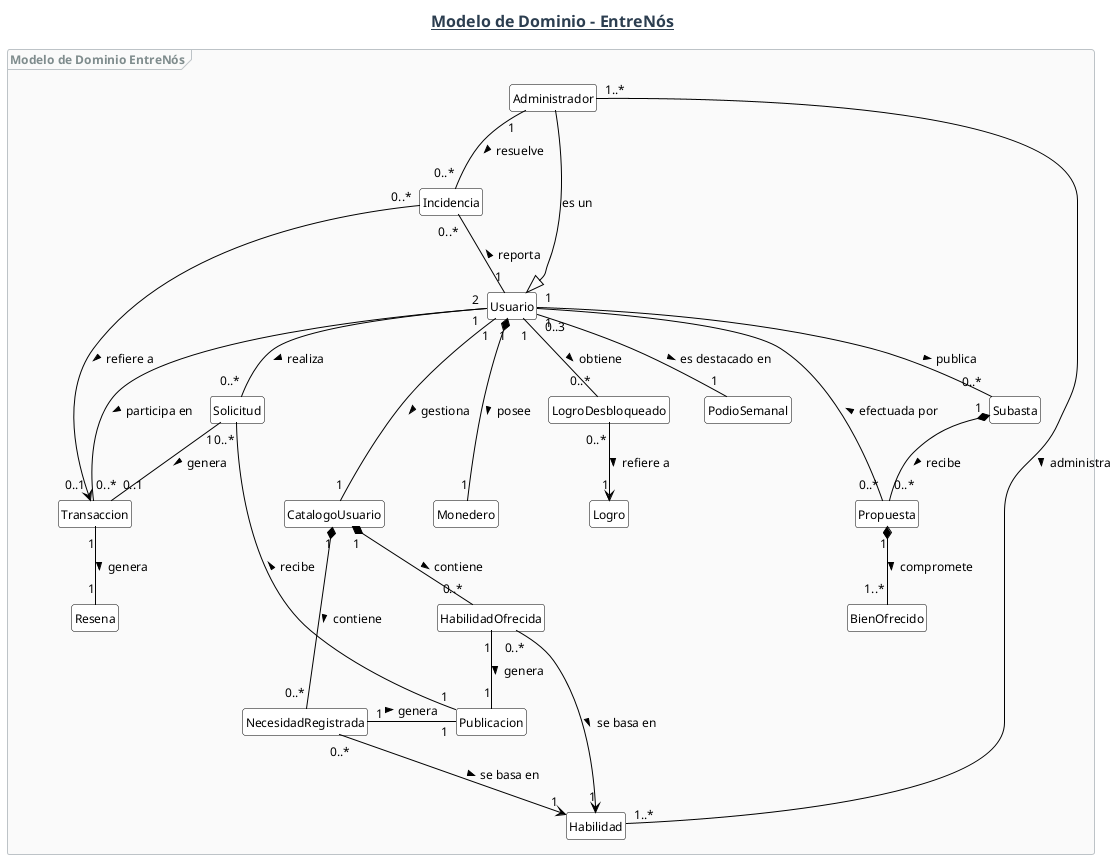
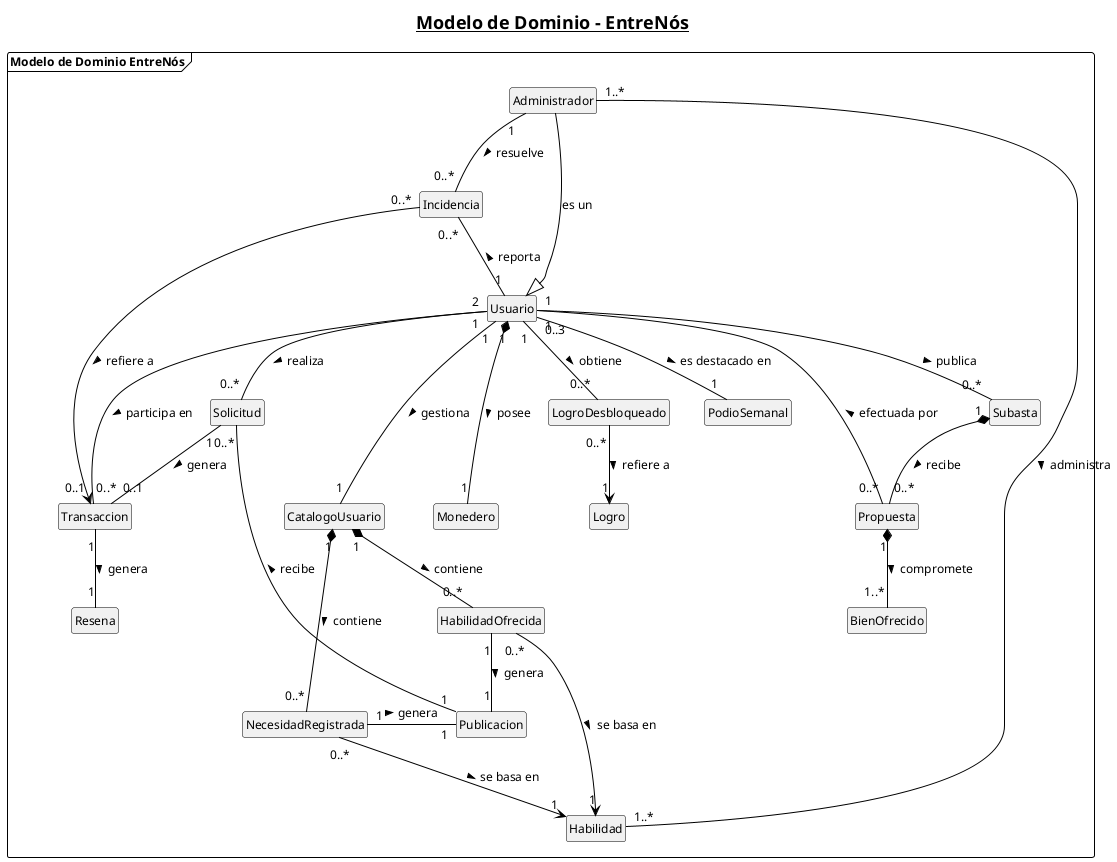
@startuml

skinparam orthogonalLayoutStrategy none
skinparam DefaultFontName Arial
skinparam DefaultFontSize 12
skinparam class {
-     BackgroundColor White
+ '    BackgroundColor White
    ArrowColor Black
    BorderColor Black
}

skinparam title {
-     FontSize 16
-     FontColor #2C3E50
+     FontSize 18
+ '    FontColor #2C3E50
}

skinparam frame {
-     BorderColor #BDC3C7
-     FontColor #7F8C8D
-     BackgroundColor #FAFAFA
+     BorderColor #black
+     FontColor #black
+ '    BackgroundColor #FAFAFA
}

hide empty members
hide methods
hide circle

title __Modelo de Dominio - EntreNós__
frame "Modelo de Dominio EntreNós" {

class Usuario
class Monedero
class CatalogoUsuario
class Habilidad
class HabilidadOfrecida
class NecesidadRegistrada
class Publicacion
class Transaccion
class Resena
class Subasta
class Propuesta
class BienOfrecido
class LogroDesbloqueado
class Logro
class PodioSemanal
class Administrador
class Solicitud
class Incidencia

' --- GOBERNANZA Y MODERACIÓN (HU 8) ---
Administrador --|> Usuario : "es un"
Administrador "1..*" -- "1..*" Habilidad : "administra >"
Usuario "1" -up- "0..*" Incidencia : "reporta >"
Administrador "1" -- "0..*" Incidencia : "resuelve >"
Incidencia "0..*" --> "0..1" Transaccion : "refiere a >"

' --- IDENTIDAD Y CATÁLOGO (HU 1) ---
Usuario "1" *--- "1" Monedero  : "posee >"
Usuario "1" --- "1" CatalogoUsuario : "gestiona >"
CatalogoUsuario "1" *-- "0..*" HabilidadOfrecida : "contiene >"
CatalogoUsuario "1" *---  "0..*" NecesidadRegistrada : "contiene >"
HabilidadOfrecida "0..*" --> "1" Habilidad : "se basa en >"
NecesidadRegistrada "0..*" --> "1" Habilidad : "se basa en >"

' --- RELACIONES DE PUBLICACIÓN (HU 2) ---
HabilidadOfrecida "1" --right "1" Publicacion : "genera >"
NecesidadRegistrada "1" --right "1" Publicacion : "genera >"

' --- FLUJO DE SERVICIOS (HU 3) ---
Usuario "1" -- "0..*" Solicitud : "realiza >"
Solicitud "0..*" --- "1" Publicacion : "recibe <"
Solicitud "1" -- "0..1" Transaccion : "genera >"
Usuario "2" -- "0..*" Transaccion : "participa en >"
Transaccion "1" -- "1" Resena : "genera >"

' --- FLUJO DE SUBASTAS - VARIANTE 3 (HU 4 y HU 5) ---
Usuario "1" -- "0..*" Subasta : "publica >"
Subasta "1" *-- "0..*" Propuesta : "recibe >"
Propuesta "0..*" -- "1" Usuario : "efectuada por >"
Propuesta "1" *-- "1..*" BienOfrecido : "compromete >"

' --- GAMIFICACIÓN Y RECONOCIMIENTO (HU 9 y HU 10) ---
Usuario "1" -- "0..*" LogroDesbloqueado : "obtiene >"
LogroDesbloqueado "0..*" --> "1" Logro : "refiere a >"
Usuario "0..3" -- "1" PodioSemanal : "es destacado en >"

}

@enduml